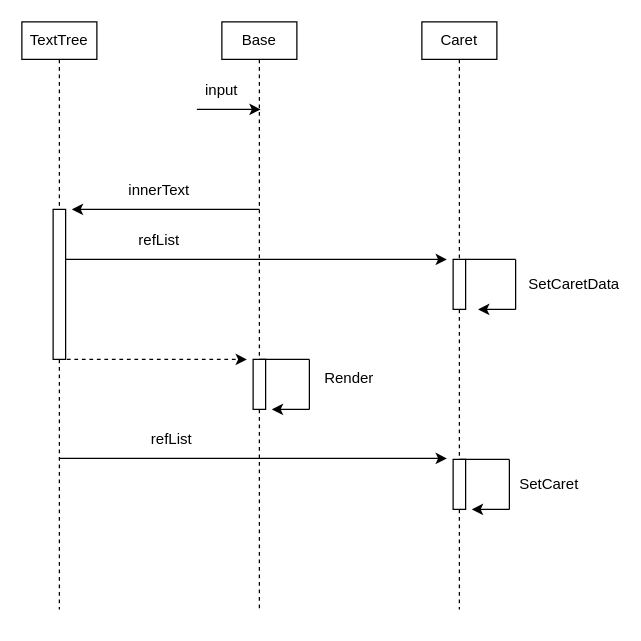
This is src/Editor/Blocks/Text/Text.dio from nuemu/Editor, a draw.io file, before an edit. Source tidied: cells renumbered, new cells numbered last; positions are measured from the earlier drawing's top-left corner, leaving out a move shared by most shapes. Both pictures are drawn from the tidied source at 125%, with x=0, y=0 at pixel (21, 21).
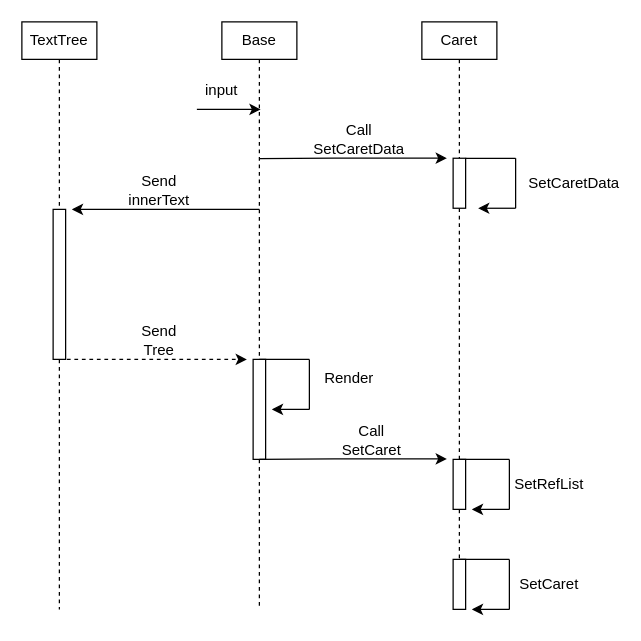
After the change.

Commit message:
Fix: Sequence Diagram about TextBlock

Unchanged cells that the change refers to:
```xml
<mxCell id="29" style="rounded=0;whiteSpace=wrap;html=1;" parent="1" vertex="1">
  <mxGeometry x="345" y="350" width="10" height="40" as="geometry" />
</mxCell>
```

The edit, as a diff of the source:
```diff
@@
-    <mxCell id="4" style="edgeStyle=none;html=1;dashed=1;endArrow=none;endFill=0;startArrow=none;" parent="1" edge="1" source="29">
+    <mxCell id="4" style="edgeStyle=none;html=1;dashed=1;endArrow=none;endFill=0;startArrow=none;" parent="1" edge="1" source="46">
       <mxGeometry relative="1" as="geometry">
         <mxPoint x="350" y="470" as="targetPoint" />
       </mxGeometry>
     </mxCell>
@@
-    <mxCell id="12" style="endArrow=classic;html=1;" parent="1" edge="1">
-      <mxGeometry relative="1" as="geometry">
-        <mxPoint x="30" y="190" as="sourcePoint" />
-        <mxPoint x="340" y="190" as="targetPoint" />
-      </mxGeometry>
-    </mxCell>
@@
-    <mxCell id="16" value="refList" style="text;html=1;strokeColor=none;fillColor=none;align=center;verticalAlign=middle;whiteSpace=wrap;rounded=0;" parent="1" vertex="1">
-      <mxGeometry x="80" y="160" width="60" height="30" as="geometry" />
-    </mxCell>
@@
-    <mxCell id="18" value="refList" style="text;html=1;strokeColor=none;fillColor=none;align=center;verticalAlign=middle;whiteSpace=wrap;rounded=0;" parent="1" vertex="1">
-      <mxGeometry x="90" y="319.2" width="60" height="30" as="geometry" />
-    </mxCell>
     <mxCell id="19" value="SetCaretData" style="text;html=1;strokeColor=none;fillColor=none;align=center;verticalAlign=middle;whiteSpace=wrap;rounded=0;" parent="1" vertex="1">
-      <mxGeometry x="410" y="195" width="64" height="30" as="geometry" />
+      <mxGeometry x="410" y="114.1" width="64" height="30" as="geometry" />
     </mxCell>
     <mxCell id="20" value="SetCaret" style="text;html=1;strokeColor=none;fillColor=none;align=center;verticalAlign=middle;whiteSpace=wrap;rounded=0;" parent="1" vertex="1">
-      <mxGeometry x="390" y="355" width="64" height="30" as="geometry" />
+      <mxGeometry x="390" y="435" width="64" height="30" as="geometry" />
     </mxCell>
     <mxCell id="21" style="endArrow=none;html=1;" parent="1" edge="1">
       <mxGeometry relative="1" as="geometry">
-        <mxPoint x="390" y="350" as="sourcePoint" />
-        <mxPoint x="390" y="390" as="targetPoint" />
+        <mxPoint x="390" y="430" as="sourcePoint" />
+        <mxPoint x="390" y="470" as="targetPoint" />
       </mxGeometry>
     </mxCell>
     <mxCell id="22" style="endArrow=none;html=1;" parent="1" edge="1">
       <mxGeometry relative="1" as="geometry">
-        <mxPoint x="350" y="350" as="sourcePoint" />
-        <mxPoint x="390" y="350" as="targetPoint" />
+        <mxPoint x="350" y="430" as="sourcePoint" />
+        <mxPoint x="390" y="430" as="targetPoint" />
         <Array as="points">
-          <mxPoint x="370" y="350" />
+          <mxPoint x="370" y="430" />
         </Array>
       </mxGeometry>
     </mxCell>
     <mxCell id="23" style="endArrow=classic;html=1;" parent="1" edge="1">
       <mxGeometry relative="1" as="geometry">
-        <mxPoint x="390" y="390" as="sourcePoint" />
-        <mxPoint x="360" y="390" as="targetPoint" />
+        <mxPoint x="390" y="470" as="sourcePoint" />
+        <mxPoint x="360" y="470" as="targetPoint" />
       </mxGeometry>
     </mxCell>
-    <mxCell id="24" value="innerText" style="text;html=1;strokeColor=none;fillColor=none;align=center;verticalAlign=middle;whiteSpace=wrap;rounded=0;" parent="1" vertex="1">
+    <mxCell id="24" value="Send&lt;br&gt;innerText" style="text;html=1;strokeColor=none;fillColor=none;align=center;verticalAlign=middle;whiteSpace=wrap;rounded=0;" parent="1" vertex="1">
       <mxGeometry x="80" y="120" width="60" height="30" as="geometry" />
     </mxCell>
@@
     <mxCell id="27" style="rounded=0;whiteSpace=wrap;html=1;" parent="1" vertex="1">
-      <mxGeometry x="185" y="270" width="10" height="40" as="geometry" />
+      <mxGeometry x="185" y="270" width="10" height="80" as="geometry" />
     </mxCell>
@@
     <mxCell id="31" style="rounded=0;whiteSpace=wrap;html=1;" parent="1" vertex="1">
-      <mxGeometry x="345" y="190" width="10" height="40" as="geometry" />
+      <mxGeometry x="345" y="109.1" width="10" height="40" as="geometry" />
     </mxCell>
@@
     <mxCell id="33" style="endArrow=none;html=1;" parent="1" edge="1">
       <mxGeometry relative="1" as="geometry">
-        <mxPoint x="395" y="190" as="sourcePoint" />
-        <mxPoint x="395" y="230" as="targetPoint" />
+        <mxPoint x="395" y="109.1" as="sourcePoint" />
+        <mxPoint x="395" y="149.1" as="targetPoint" />
       </mxGeometry>
     </mxCell>
     <mxCell id="34" style="endArrow=none;html=1;" parent="1" edge="1">
       <mxGeometry relative="1" as="geometry">
-        <mxPoint x="355" y="190" as="sourcePoint" />
-        <mxPoint x="395" y="190" as="targetPoint" />
+        <mxPoint x="355" y="109.1" as="sourcePoint" />
+        <mxPoint x="395" y="109.1" as="targetPoint" />
         <Array as="points">
-          <mxPoint x="375" y="190" />
+          <mxPoint x="375" y="109.1" />
         </Array>
       </mxGeometry>
     </mxCell>
     <mxCell id="35" style="endArrow=classic;html=1;" parent="1" edge="1">
       <mxGeometry relative="1" as="geometry">
-        <mxPoint x="395" y="230" as="sourcePoint" />
-        <mxPoint x="365" y="230" as="targetPoint" />
+        <mxPoint x="395" y="149.1" as="sourcePoint" />
+        <mxPoint x="365" y="149.1" as="targetPoint" />
       </mxGeometry>
     </mxCell>
-    <mxCell id="36" style="endArrow=classic;html=1;startArrow=none;startFill=0;endFill=1;" parent="1" edge="1">
-      <mxGeometry relative="1" as="geometry">
-        <mxPoint x="30" y="349.2" as="sourcePoint" />
-        <mxPoint x="340" y="349.2" as="targetPoint" />
-      </mxGeometry>
-    </mxCell>
+    <mxCell id="37" style="endArrow=classic;html=1;startArrow=none;startFill=0;endFill=1;" parent="1" edge="1">
+      <mxGeometry relative="1" as="geometry">
+        <mxPoint x="190" y="350" as="sourcePoint" />
+        <mxPoint x="340" y="349.6" as="targetPoint" />
+        <Array as="points">
+          <mxPoint x="260" y="349.6" />
+        </Array>
+      </mxGeometry>
+    </mxCell>
+    <mxCell id="38" value="Send&lt;br&gt;Tree" style="text;html=1;strokeColor=none;fillColor=none;align=center;verticalAlign=middle;whiteSpace=wrap;rounded=0;" parent="1" vertex="1">
+      <mxGeometry x="80" y="240" width="60" height="30" as="geometry" />
+    </mxCell>
+    <mxCell id="39" value="Call SetCaret" style="text;html=1;strokeColor=none;fillColor=none;align=center;verticalAlign=middle;whiteSpace=wrap;rounded=0;" parent="1" vertex="1">
+      <mxGeometry x="250" y="320" width="60" height="30" as="geometry" />
+    </mxCell>
+    <mxCell id="40" style="endArrow=classic;html=1;startArrow=none;startFill=0;endFill=1;" parent="1" edge="1">
+      <mxGeometry relative="1" as="geometry">
+        <mxPoint x="190" y="109.4" as="sourcePoint" />
+        <mxPoint x="340" y="109" as="targetPoint" />
+        <Array as="points">
+          <mxPoint x="260" y="109" />
+        </Array>
+      </mxGeometry>
+    </mxCell>
+    <mxCell id="41" value="Call SetCaretData" style="text;html=1;strokeColor=none;fillColor=none;align=center;verticalAlign=middle;whiteSpace=wrap;rounded=0;" parent="1" vertex="1">
+      <mxGeometry x="240" y="79.1" width="60" height="30" as="geometry" />
+    </mxCell>
+    <mxCell id="42" value="SetRefList" style="text;html=1;strokeColor=none;fillColor=none;align=center;verticalAlign=middle;whiteSpace=wrap;rounded=0;" parent="1" vertex="1">
+      <mxGeometry x="390" y="355" width="64" height="30" as="geometry" />
+    </mxCell>
+    <mxCell id="43" style="endArrow=none;html=1;" parent="1" edge="1">
+      <mxGeometry relative="1" as="geometry">
+        <mxPoint x="390" y="350" as="sourcePoint" />
+        <mxPoint x="390" y="390" as="targetPoint" />
+      </mxGeometry>
+    </mxCell>
+    <mxCell id="44" style="endArrow=none;html=1;" parent="1" edge="1">
+      <mxGeometry relative="1" as="geometry">
+        <mxPoint x="350" y="350" as="sourcePoint" />
+        <mxPoint x="390" y="350" as="targetPoint" />
+        <Array as="points">
+          <mxPoint x="370" y="350" />
+        </Array>
+      </mxGeometry>
+    </mxCell>
+    <mxCell id="45" style="endArrow=classic;html=1;" parent="1" edge="1">
+      <mxGeometry relative="1" as="geometry">
+        <mxPoint x="390" y="390" as="sourcePoint" />
+        <mxPoint x="360" y="390" as="targetPoint" />
+      </mxGeometry>
+    </mxCell>
+    <mxCell id="46" style="rounded=0;whiteSpace=wrap;html=1;" parent="1" vertex="1">
+      <mxGeometry x="345" y="430" width="10" height="40" as="geometry" />
+    </mxCell>
+    <mxCell id="47" style="edgeStyle=none;html=1;dashed=1;endArrow=none;endFill=0;startArrow=none;" parent="1" edge="1" source="29" target="46">
+      <mxGeometry relative="1" as="geometry" />
+    </mxCell>
```
